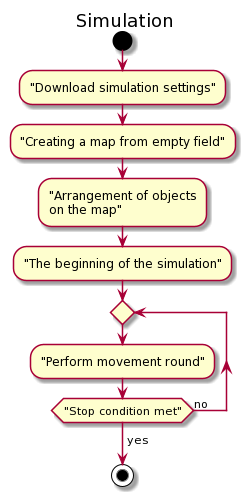
Earlier version of the PlantUML export dokumentacja/Activity_diagram/Simulation/beginning diagram.png (karolWazny/plague-repo).
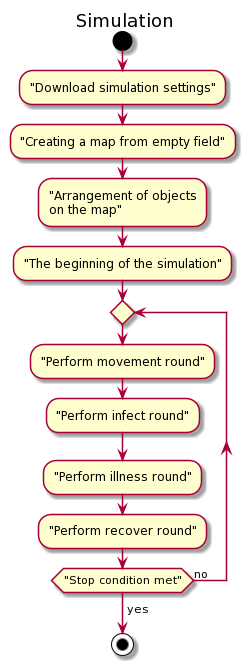
Later version of the same file.

Commit message:
updated beginning diagram

Diff of the diagram source:
```diff
@@ -7,6 +7,9 @@
 :"The beginning of the simulation";
 repeat
 :"Perform movement round";
+:"Perform infect round";
+:"Perform illness round";
+:"Perform recover round";
 repeat while("Stop condition met") is (no)
 ->yes;
 stop
```
